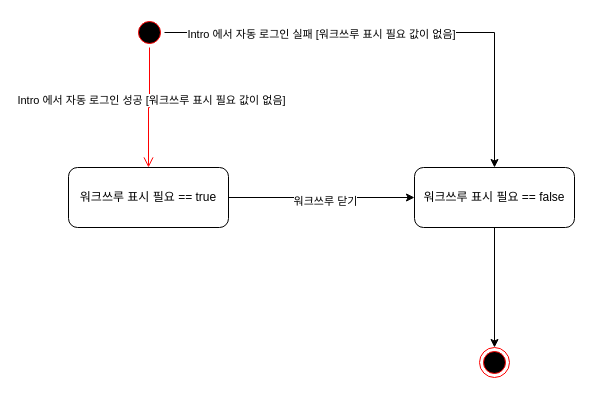
The draw.io diagram page "워크쓰루표시여부" (5 of 5) of 제목 없는 다이어그램.drawio in gookhee/diagrams, before the edit. Source tidied: cells renumbered, new cells numbered last; positions are measured from the earlier drawing's top-left corner, leaving out a move shared by most shapes. Both pictures are drawn from the tidied source at 100%, with x=0, y=0 at pixel (68, 17).
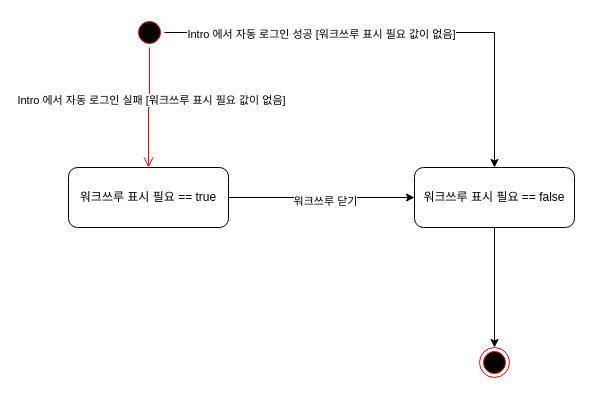
After the change.

What changed in the source:
```diff
@@
 <mxGraphModel>
   <root>
     <mxCell id="0" />
     <mxCell id="1" parent="0" />
     <mxCell id="2" style="edgeStyle=orthogonalEdgeStyle;rounded=0;jettySize=auto;html=1;entryX=0;entryY=0.5;entryDx=0;entryDy=0;" parent="1" edge="1" source="4" target="6">
       <mxGeometry relative="1" as="geometry" />
     </mxCell>
     <mxCell id="3" value="워크쓰루 닫기" style="edgeLabel;html=1;align=center;verticalAlign=middle;" parent="2" vertex="1">
       <mxGeometry x="0.03" y="-3" relative="1" as="geometry" />
     </mxCell>
     <mxCell id="4" value="워크쓰루 표시 필요 == true" style="rounded=1;whiteSpace=wrap;html=1;" parent="1" vertex="1">
       <mxGeometry y="150" width="160" height="60" as="geometry" />
     </mxCell>
     <mxCell id="5" style="edgeStyle=orthogonalEdgeStyle;rounded=0;jettySize=auto;html=1;entryX=0.5;entryY=0;entryDx=0;entryDy=0;" parent="1" edge="1" source="6" target="12">
       <mxGeometry relative="1" as="geometry" />
     </mxCell>
     <mxCell id="6" value="워크쓰루 표시 필요 == false" style="rounded=1;whiteSpace=wrap;html=1;" parent="1" vertex="1">
       <mxGeometry x="346" y="150" width="160" height="60" as="geometry" />
     </mxCell>
     <mxCell id="7" style="edgeStyle=orthogonalEdgeStyle;rounded=0;jettySize=auto;html=1;exitX=1;exitY=0.5;exitDx=0;exitDy=0;entryX=0.5;entryY=0;entryDx=0;entryDy=0;" parent="1" edge="1" source="9" target="6">
       <mxGeometry relative="1" as="geometry" />
     </mxCell>
-    <mxCell id="8" value="Intro 에서 자동 로그인 실패 [워크쓰루 표시 필요 값이 없음]" style="edgeLabel;html=1;align=center;verticalAlign=middle;" parent="7" vertex="1">
+    <mxCell id="8" value="Intro 에서 자동 로그인 성공 [워크쓰루 표시 필요 값이 없음]" style="edgeLabel;html=1;align=center;verticalAlign=middle;" parent="7" vertex="1">
       <mxGeometry x="-0.33" y="-1" relative="1" as="geometry" />
     </mxCell>
     <mxCell id="9" style="ellipse;html=1;shape=startState;fillColor=#000000;strokeColor=#ff0000;" parent="1" vertex="1">
       <mxGeometry x="66" width="30" height="30" as="geometry" />
     </mxCell>
     <mxCell id="10" style="edgeStyle=orthogonalEdgeStyle;html=1;verticalAlign=bottom;endArrow=open;endSize=8;strokeColor=#ff0000;rounded=0;entryX=0.5;entryY=0;entryDx=0;entryDy=0;" parent="1" edge="1" source="9" target="4">
       <mxGeometry relative="1" as="geometry" />
     </mxCell>
-    <mxCell id="11" value="Intro 에서 자동 로그인 성공 [워크쓰루 표시 필요 값이 없음]" style="edgeLabel;html=1;align=center;verticalAlign=middle;" parent="10" vertex="1">
+    <mxCell id="11" value="Intro 에서 자동 로그인 실패 [워크쓰루 표시 필요 값이 없음]" style="edgeLabel;html=1;align=center;verticalAlign=middle;" parent="10" vertex="1">
       <mxGeometry x="-0.14" y="1" relative="1" as="geometry" />
     </mxCell>
     <mxCell id="12" style="ellipse;html=1;shape=endState;fillColor=#000000;strokeColor=#ff0000;" parent="1" vertex="1">
       <mxGeometry x="411" y="330" width="30" height="30" as="geometry" />
     </mxCell>
   </root>
 </mxGraphModel>
```
